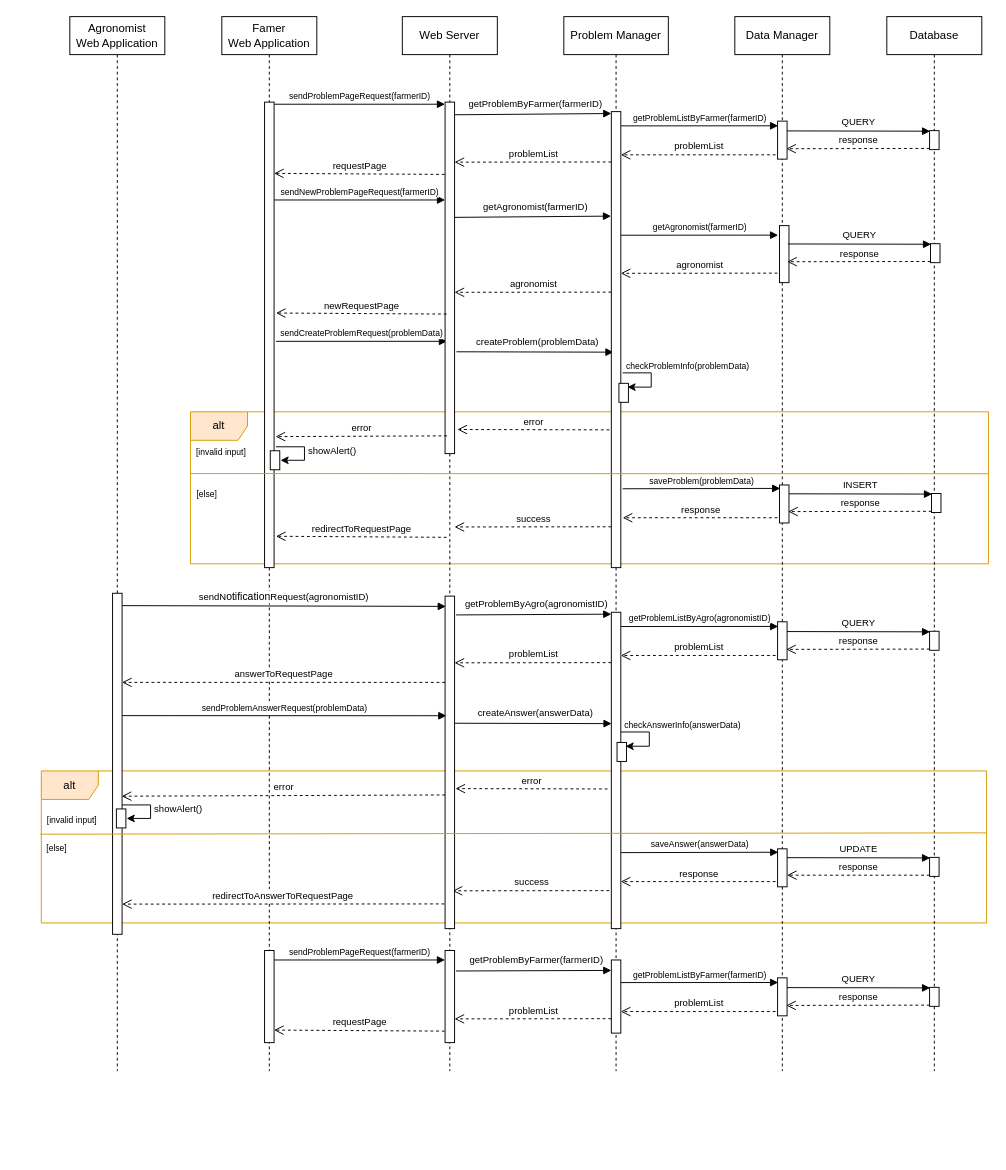
ictar/DREAM-SE2-Project-2022 keeps this draw.io diagram as page "FM-problem-UC10" (10 of 18) of DD/UML/Runtime.drawio. Above is the earlier version. Source tidied: cells renumbered, new cells numbered last; positions are measured from the earlier drawing's top-left corner, leaving out a move shared by most shapes. Both pictures are drawn from the tidied source at 95%, with x=0, y=0 at pixel (16, 16).
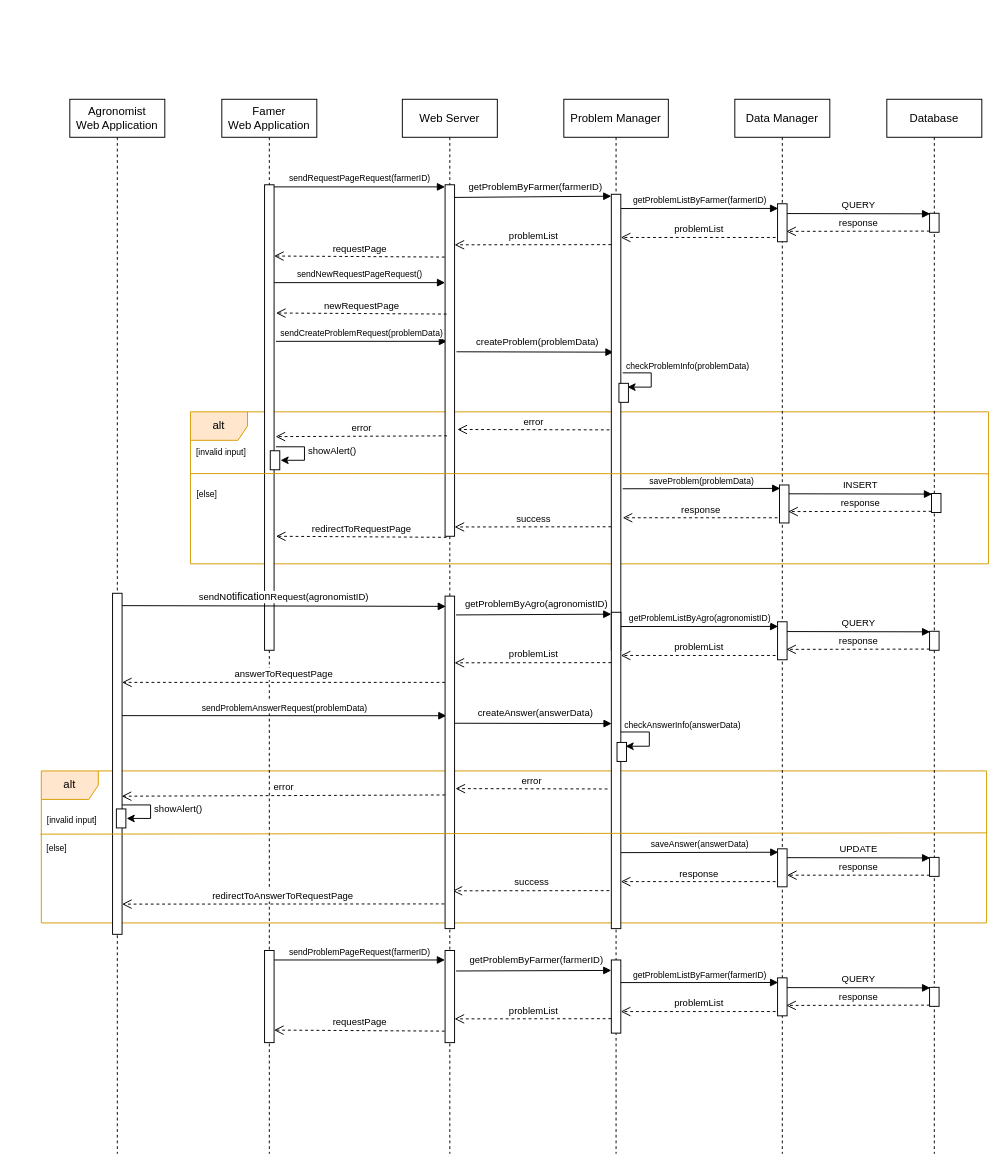
The same page after the edit.

Change to the diagram source:
```diff
@@
     <mxCell id="4" value="Famer &lt;br&gt;Web Application" style="shape=umlLifeline;perimeter=lifelinePerimeter;whiteSpace=wrap;html=1;" parent="1" vertex="1">
-      <mxGeometry x="216" width="100" height="1110" as="geometry" />
+      <mxGeometry x="216" y="87" width="100" height="1110" as="geometry" />
     </mxCell>
     <mxCell id="5" value="Web Server" style="shape=umlLifeline;perimeter=lifelinePerimeter;whiteSpace=wrap;html=1;" parent="1" vertex="1">
-      <mxGeometry x="406" width="100" height="1110" as="geometry" />
+      <mxGeometry x="406" y="87" width="100" height="1110" as="geometry" />
     </mxCell>
-    <mxCell id="6" value="&lt;font style=&quot;font-size: 9px&quot;&gt;sendProblemPageRequest(farmerID)&lt;/font&gt;" style="html=1;verticalAlign=bottom;endArrow=block;rounded=0;entryX=-0.005;entryY=0.006;entryDx=0;entryDy=0;entryPerimeter=0;" parent="1" edge="1" source="7" target="53">
+    <mxCell id="6" value="&lt;font style=&quot;font-size: 9px&quot;&gt;sendRequestPageRequest(farmerID)&lt;/font&gt;" style="html=1;verticalAlign=bottom;endArrow=block;rounded=0;entryX=-0.005;entryY=0.006;entryDx=0;entryDy=0;entryPerimeter=0;" parent="1" edge="1" source="7" target="53">
       <mxGeometry relative="1" as="geometry" />
     </mxCell>
     <mxCell id="7" style="html=1;points=[];perimeter=orthogonalPerimeter;" parent="1" vertex="1">
-      <mxGeometry x="261" y="90" width="10" height="490" as="geometry" />
+      <mxGeometry x="261" y="177" width="10" height="490" as="geometry" />
     </mxCell>
     <mxCell id="8" value="Problem Manager" style="shape=umlLifeline;perimeter=lifelinePerimeter;whiteSpace=wrap;html=1;" parent="1" vertex="1">
-      <mxGeometry x="576" width="110" height="1110" as="geometry" />
+      <mxGeometry x="576" y="87" width="110" height="1110" as="geometry" />
     </mxCell>
     <mxCell id="9" value="Data Manager" style="shape=umlLifeline;perimeter=lifelinePerimeter;whiteSpace=wrap;html=1;" parent="1" vertex="1">
-      <mxGeometry x="756" width="100" height="1110" as="geometry" />
+      <mxGeometry x="756" y="87" width="100" height="1110" as="geometry" />
     </mxCell>
     <mxCell id="10" value="Database" style="shape=umlLifeline;perimeter=lifelinePerimeter;whiteSpace=wrap;html=1;" parent="1" vertex="1">
-      <mxGeometry x="916" width="100" height="1110" as="geometry" />
+      <mxGeometry x="916" y="87" width="100" height="1110" as="geometry" />
     </mxCell>
     <mxCell id="11" value="&lt;font size=&quot;1&quot;&gt;getProblemByFarmer(farmerID)&lt;/font&gt;" style="html=1;verticalAlign=bottom;endArrow=block;rounded=0;exitX=1.029;exitY=0.036;exitDx=0;exitDy=0;exitPerimeter=0;" parent="1" edge="1" source="53">
       <mxGeometry x="0.03" y="2" relative="1" as="geometry">
-        <mxPoint x="626" y="102" as="targetPoint" />
+        <mxPoint x="626" y="189" as="targetPoint" />
       </mxGeometry>
     </mxCell>
     <mxCell id="12" value="&lt;span style=&quot;font-family: &amp;#34;helvetica&amp;#34; ; font-size: 9px&quot;&gt;getProblemListByFarmer(farmerID&lt;/span&gt;&lt;span style=&quot;font-family: &amp;#34;helvetica&amp;#34; ; font-size: 9px&quot;&gt;)&lt;/span&gt;" style="html=1;verticalAlign=bottom;endArrow=block;rounded=0;entryX=0.062;entryY=0.123;entryDx=0;entryDy=0;entryPerimeter=0;" parent="1" edge="1" target="21">
       <mxGeometry relative="1" as="geometry">
-        <mxPoint x="636" y="115" as="sourcePoint" />
+        <mxPoint x="636" y="202" as="sourcePoint" />
       </mxGeometry>
     </mxCell>
@@
     <mxCell id="15" value="&lt;font size=&quot;1&quot;&gt;QUERY&lt;/font&gt;" style="html=1;verticalAlign=bottom;endArrow=block;rounded=0;exitX=0.886;exitY=0.258;exitDx=0;exitDy=0;exitPerimeter=0;entryX=-0.044;entryY=0.03;entryDx=0;entryDy=0;entryPerimeter=0;" parent="1" edge="1">
       <mxGeometry relative="1" as="geometry">
-        <mxPoint x="810.9" y="120.3" as="sourcePoint" />
-        <mxPoint x="961.6" y="120.6" as="targetPoint" />
+        <mxPoint x="810.9" y="207.3" as="sourcePoint" />
+        <mxPoint x="961.6" y="207.6" as="targetPoint" />
       </mxGeometry>
     </mxCell>
     <mxCell id="16" value="&lt;span style=&quot;font-size: 10px&quot;&gt;problemList&lt;/span&gt;" style="html=1;verticalAlign=bottom;endArrow=open;dashed=1;endSize=8;rounded=0;exitX=-0.067;exitY=0.831;exitDx=0;exitDy=0;exitPerimeter=0;entryX=0.953;entryY=0.495;entryDx=0;entryDy=0;entryPerimeter=0;" parent="1" edge="1">
       <mxGeometry relative="1" as="geometry">
-        <mxPoint x="625.9" y="153" as="sourcePoint" />
-        <mxPoint x="461" y="153.2" as="targetPoint" />
+        <mxPoint x="625.9" y="240" as="sourcePoint" />
+        <mxPoint x="461" y="240.2" as="targetPoint" />
       </mxGeometry>
     </mxCell>
     <mxCell id="17" value="&lt;font style=&quot;font-size: 10px&quot;&gt;requestPage&lt;/font&gt;" style="html=1;verticalAlign=bottom;endArrow=open;dashed=1;endSize=8;rounded=0;exitX=-0.067;exitY=0.831;exitDx=0;exitDy=0;exitPerimeter=0;entryX=0.976;entryY=0.498;entryDx=0;entryDy=0;entryPerimeter=0;" parent="1" edge="1">
       <mxGeometry relative="1" as="geometry">
-        <mxPoint x="450.6" y="166.1" as="sourcePoint" />
-        <mxPoint x="271" y="165" as="targetPoint" />
+        <mxPoint x="450.6" y="253.1" as="sourcePoint" />
+        <mxPoint x="271" y="252" as="targetPoint" />
       </mxGeometry>
     </mxCell>
@@
     <mxCell id="20" style="html=1;points=[];perimeter=orthogonalPerimeter;" parent="1" vertex="1">
-      <mxGeometry x="961" y="120" width="10" height="20" as="geometry" />
+      <mxGeometry x="961" y="207" width="10" height="20" as="geometry" />
     </mxCell>
     <mxCell id="21" style="html=1;points=[];perimeter=orthogonalPerimeter;" parent="1" vertex="1">
-      <mxGeometry x="801" y="110" width="10" height="40" as="geometry" />
+      <mxGeometry x="801" y="197" width="10" height="40" as="geometry" />
     </mxCell>
@@
     <mxCell id="28" value="Agronomist &lt;br&gt;Web Application" style="shape=umlLifeline;perimeter=lifelinePerimeter;whiteSpace=wrap;html=1;" parent="1" vertex="1">
-      <mxGeometry x="56" width="100" height="1110" as="geometry" />
+      <mxGeometry x="56" y="87" width="100" height="1110" as="geometry" />
     </mxCell>
@@
     <mxCell id="33" style="html=1;points=[];perimeter=orthogonalPerimeter;" parent="1" vertex="1">
-      <mxGeometry x="626" y="100" width="10" height="480" as="geometry" />
+      <mxGeometry x="626" y="187" width="10" height="480" as="geometry" />
     </mxCell>
@@
     <mxCell id="53" style="html=1;points=[];perimeter=orthogonalPerimeter;" parent="1" vertex="1">
-      <mxGeometry x="451" y="90" width="10" height="370" as="geometry" />
+      <mxGeometry x="451" y="177" width="10" height="370" as="geometry" />
     </mxCell>
@@
-    <mxCell id="91" value="&lt;font style=&quot;font-size: 9px&quot;&gt;sendNewProblemPageRequest(farmerID)&lt;/font&gt;" style="html=1;verticalAlign=bottom;endArrow=block;rounded=0;entryX=-0.005;entryY=0.006;entryDx=0;entryDy=0;entryPerimeter=0;" parent="1" edge="1">
+    <mxCell id="91" value="&lt;font style=&quot;font-size: 9px&quot;&gt;sendNewRequestPageRequest()&lt;/font&gt;" style="html=1;verticalAlign=bottom;endArrow=block;rounded=0;entryX=-0.005;entryY=0.006;entryDx=0;entryDy=0;entryPerimeter=0;" parent="1" edge="1">
       <mxGeometry relative="1" as="geometry">
-        <mxPoint x="271.1" y="193" as="sourcePoint" />
-        <mxPoint x="451" y="193" as="targetPoint" />
+        <mxPoint x="271.1" y="280" as="sourcePoint" />
+        <mxPoint x="451" y="280" as="targetPoint" />
       </mxGeometry>
     </mxCell>
@@
-    <mxCell id="93" value="&lt;font size=&quot;1&quot;&gt;getAgronomist(farmerID)&lt;/font&gt;" style="html=1;verticalAlign=bottom;endArrow=block;rounded=0;exitX=1.029;exitY=0.036;exitDx=0;exitDy=0;exitPerimeter=0;" parent="1" edge="1">
-      <mxGeometry x="0.03" y="2" relative="1" as="geometry">
-        <mxPoint x="461" y="211.3" as="sourcePoint" />
-        <mxPoint x="625.7" y="210" as="targetPoint" />
-      </mxGeometry>
-    </mxCell>
-    <mxCell id="94" value="&lt;span style=&quot;font-size: 10px&quot;&gt;agronomist&lt;/span&gt;" style="html=1;verticalAlign=bottom;endArrow=open;dashed=1;endSize=8;rounded=0;exitX=-0.067;exitY=0.831;exitDx=0;exitDy=0;exitPerimeter=0;entryX=0.953;entryY=0.495;entryDx=0;entryDy=0;entryPerimeter=0;" parent="1" edge="1">
-      <mxGeometry relative="1" as="geometry">
-        <mxPoint x="625.9" y="290" as="sourcePoint" />
-        <mxPoint x="461" y="290.2" as="targetPoint" />
-      </mxGeometry>
-    </mxCell>
-    <mxCell id="95" value="&lt;span style=&quot;font-family: &amp;#34;helvetica&amp;#34; ; font-size: 9px&quot;&gt;getAgronomist(farmerID&lt;/span&gt;&lt;span style=&quot;font-family: &amp;#34;helvetica&amp;#34; ; font-size: 9px&quot;&gt;)&lt;/span&gt;" style="html=1;verticalAlign=bottom;endArrow=block;rounded=0;entryX=0.062;entryY=0.123;entryDx=0;entryDy=0;entryPerimeter=0;" parent="1" edge="1">
-      <mxGeometry relative="1" as="geometry">
-        <mxPoint x="636" y="230.1" as="sourcePoint" />
-        <mxPoint x="801.6" y="230" as="targetPoint" />
-      </mxGeometry>
-    </mxCell>
-    <mxCell id="96" value="&lt;span style=&quot;font-size: 10px&quot;&gt;agronomist&lt;/span&gt;" style="html=1;verticalAlign=bottom;endArrow=open;dashed=1;endSize=8;rounded=0;exitX=-0.067;exitY=0.831;exitDx=0;exitDy=0;exitPerimeter=0;entryX=0.953;entryY=0.495;entryDx=0;entryDy=0;entryPerimeter=0;" parent="1" edge="1">
-      <mxGeometry relative="1" as="geometry">
-        <mxPoint x="800.9" y="270" as="sourcePoint" />
-        <mxPoint x="636" y="270.2" as="targetPoint" />
-      </mxGeometry>
-    </mxCell>
-    <mxCell id="97" style="html=1;perimeter=orthogonalPerimeter;" parent="1" vertex="1">
-      <mxGeometry x="803" y="220" width="10" height="60" as="geometry" />
-    </mxCell>
-    <mxCell id="98" value="&lt;font style=&quot;font-size: 10px&quot;&gt;response&lt;/font&gt;" style="html=1;verticalAlign=bottom;endArrow=open;dashed=1;endSize=8;rounded=0;entryX=0.917;entryY=0.726;entryDx=0;entryDy=0;entryPerimeter=0;exitX=0.01;exitY=0.937;exitDx=0;exitDy=0;exitPerimeter=0;" parent="1" edge="1" source="100">
-      <mxGeometry relative="1" as="geometry">
-        <mxPoint x="811.2" y="258" as="targetPoint" />
-      </mxGeometry>
-    </mxCell>
-    <mxCell id="99" value="&lt;font size=&quot;1&quot;&gt;QUERY&lt;/font&gt;" style="html=1;verticalAlign=bottom;endArrow=block;rounded=0;exitX=0.886;exitY=0.258;exitDx=0;exitDy=0;exitPerimeter=0;entryX=-0.044;entryY=0.03;entryDx=0;entryDy=0;entryPerimeter=0;" parent="1" edge="1">
-      <mxGeometry relative="1" as="geometry">
-        <mxPoint x="811.9" y="239.3" as="sourcePoint" />
-        <mxPoint x="962.6" y="239.6" as="targetPoint" />
-      </mxGeometry>
-    </mxCell>
-    <mxCell id="100" style="html=1;points=[];perimeter=orthogonalPerimeter;" parent="1" vertex="1">
-      <mxGeometry x="962" y="239" width="10" height="20" as="geometry" />
-    </mxCell>
```
